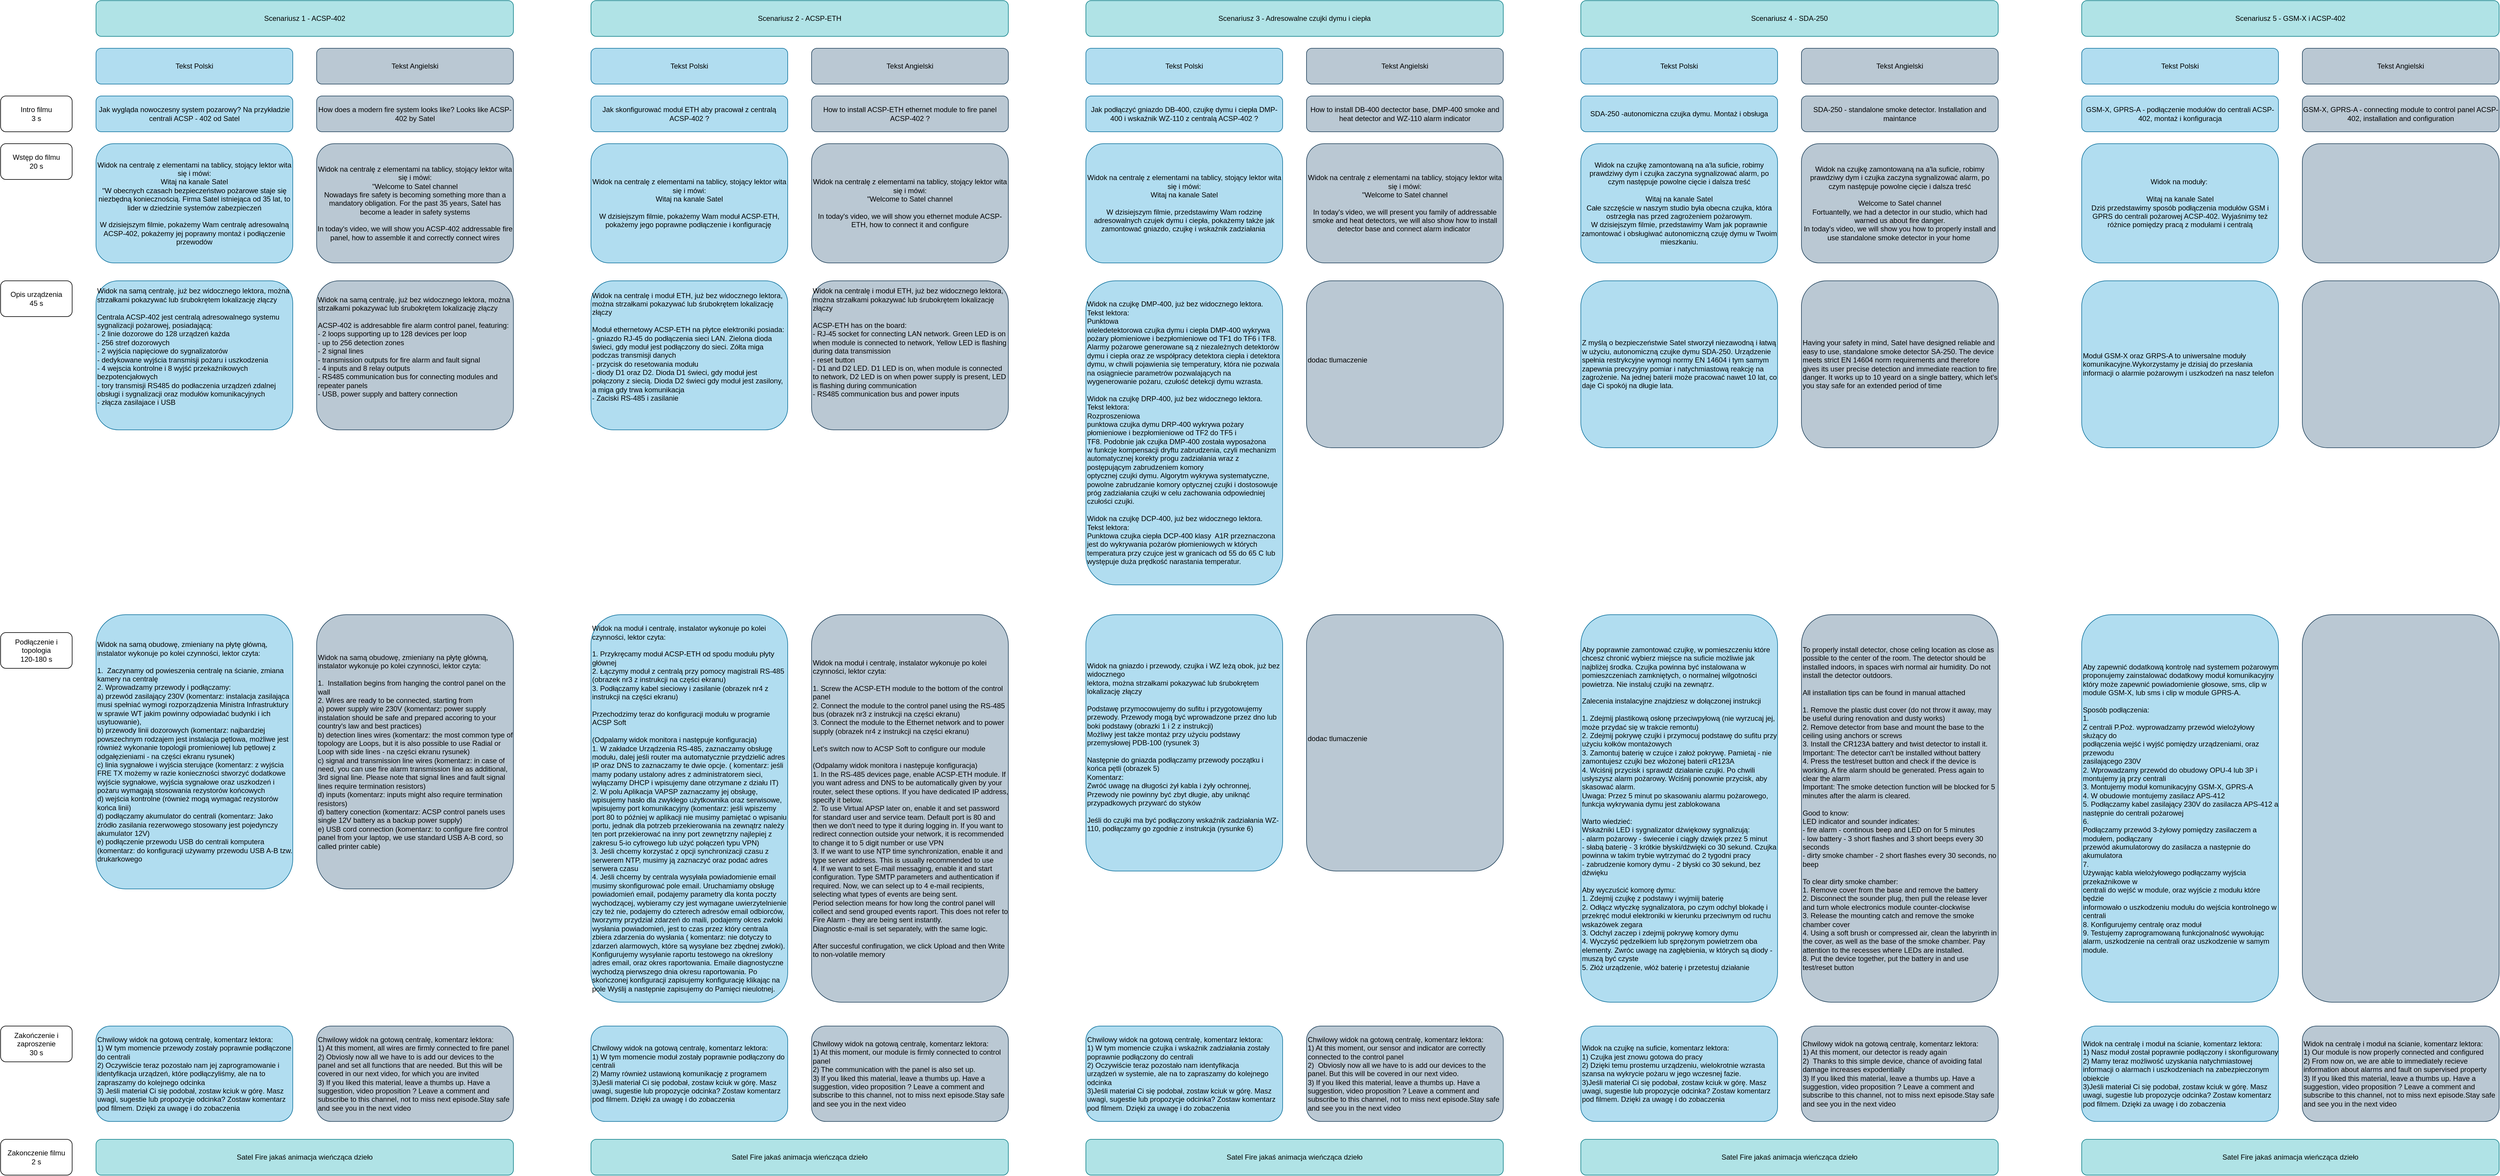
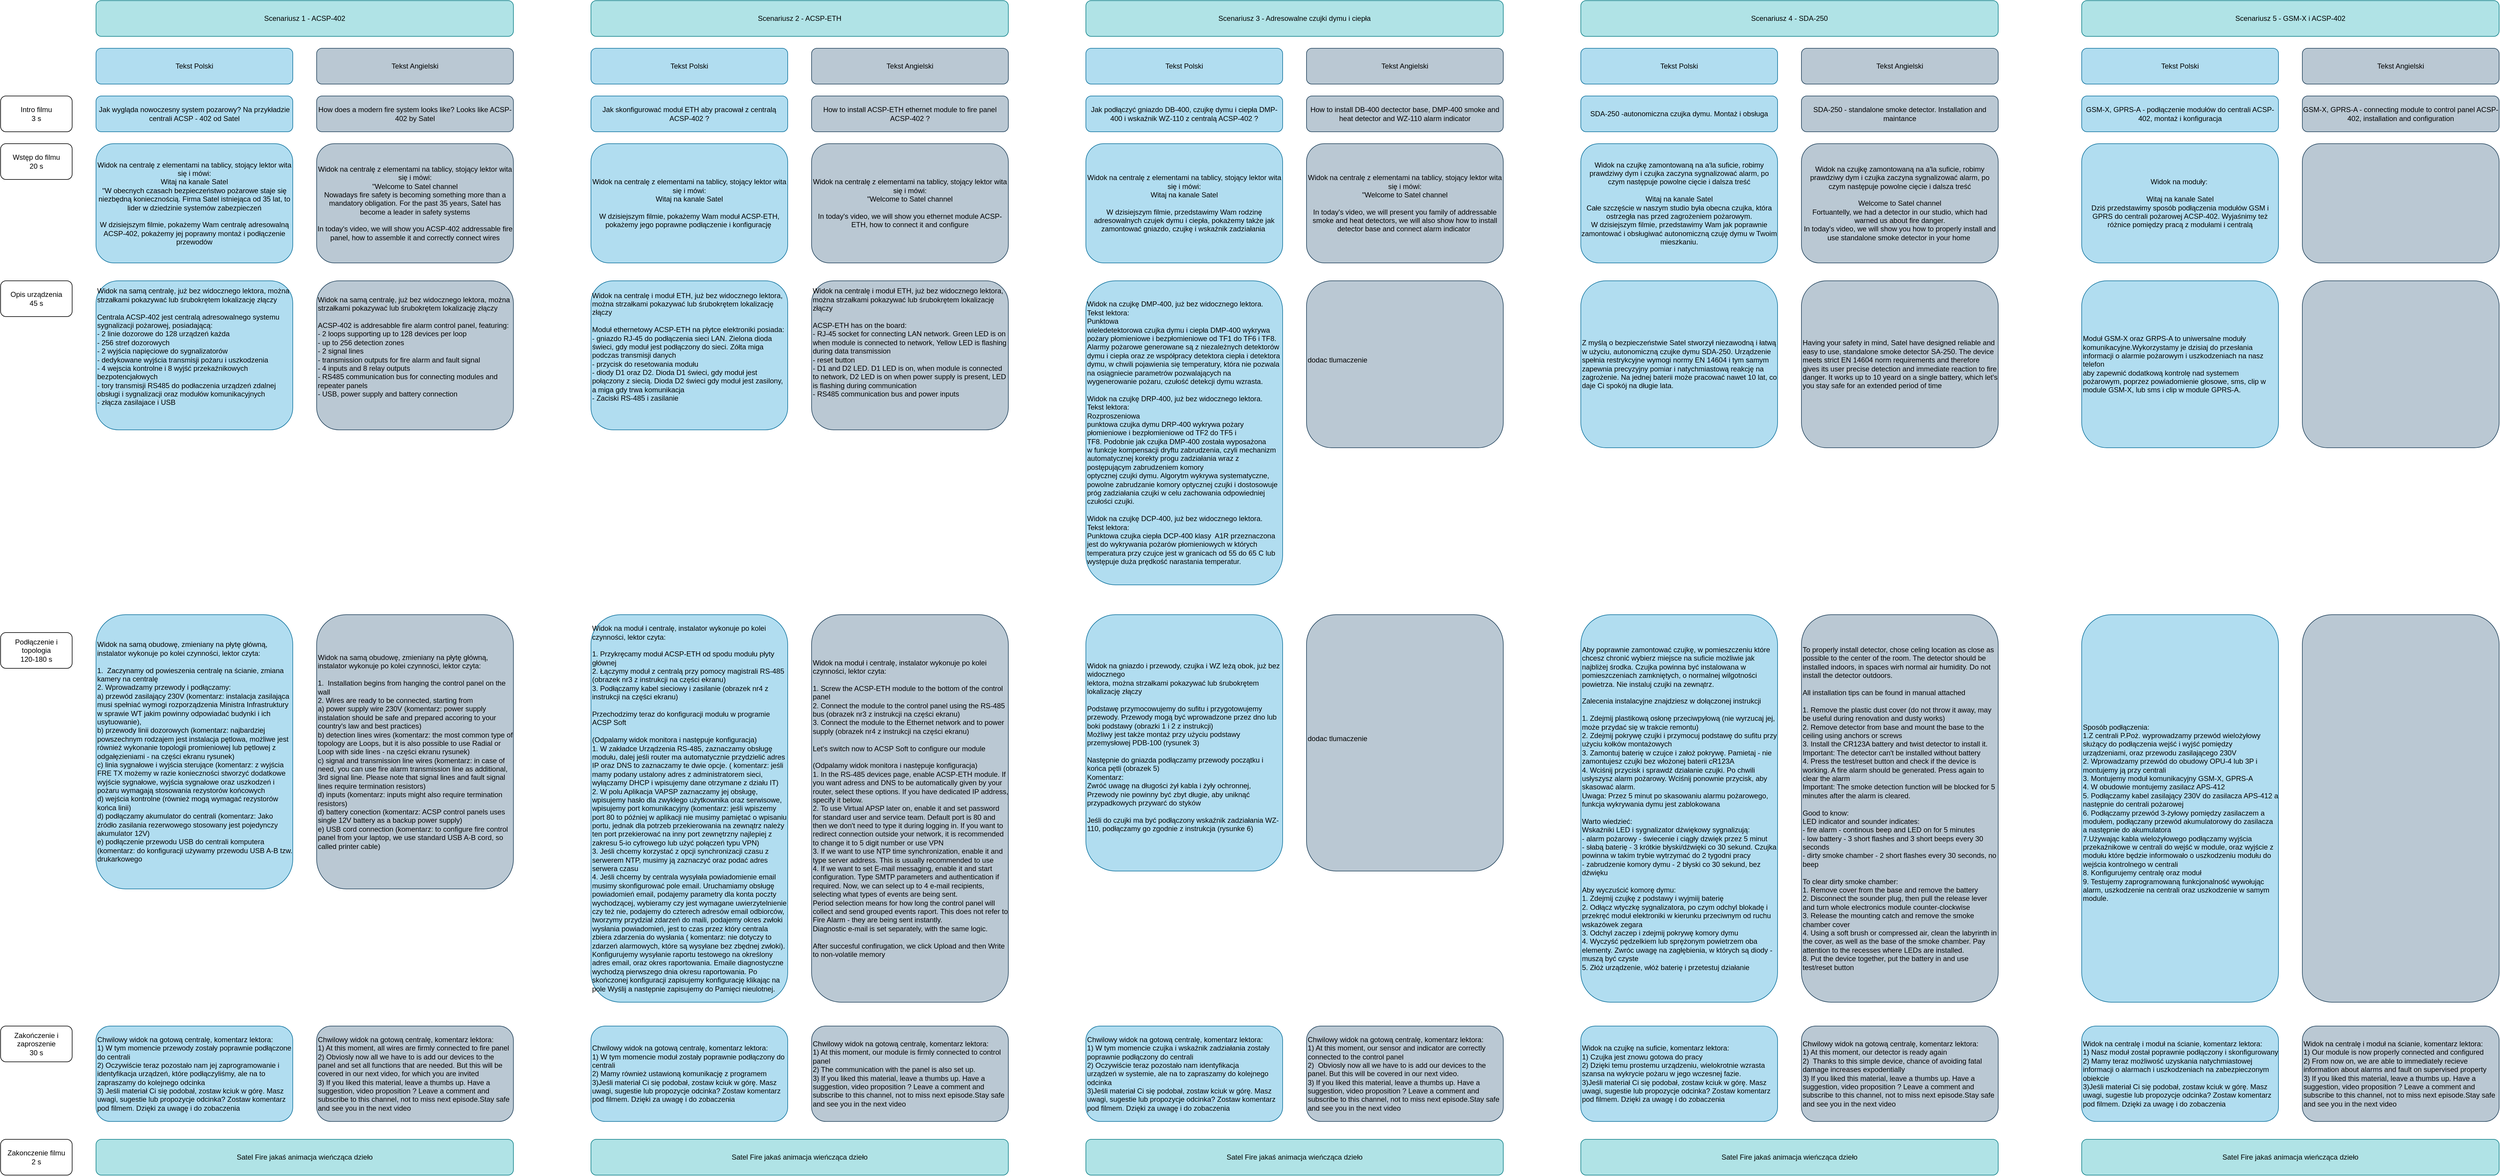
<mxfile host="app.diagrams.net">
  <diagram name="Strona-1" id="z8KAe0LmT8Zc7_pRFNcT">
    <mxGraphModel dx="1193" dy="2242" grid="1" gridSize="10" guides="1" tooltips="1" connect="1" arrows="1" fold="1" page="1" pageScale="1" pageWidth="827" pageHeight="1169" math="0" shadow="0">
      <root>
        <mxCell id="0" />
        <mxCell id="1" parent="0" />
        <mxCell id="0EHHFv7u1sgkDXgEne3z-1" parent="1" style="rounded=1;whiteSpace=wrap;html=1;align=left;fillColor=#b1ddf0;strokeColor=#10739e;" value="&lt;div align=&quot;left&quot;&gt;Widok na samą obudowę, zmieniany na płytę główną, instalator wykonuje po kolei czynności, lektor czyta:&lt;/div&gt;&lt;div align=&quot;left&quot;&gt;&lt;br&gt;&lt;/div&gt;&lt;div align=&quot;left&quot;&gt;1.&amp;nbsp; Zaczynamy od powieszenia centralę na ścianie, zmiana kamery na centralę&lt;/div&gt;&lt;div align=&quot;left&quot;&gt;2. Wprowadzamy przewody i podłączamy:&amp;nbsp;&lt;/div&gt;&lt;div align=&quot;left&quot;&gt;a) przewód zasilający 230V (komentarz: instalacja zasilająca musi spełniać wymogi rozporządzenia Ministra Infrastruktury w sprawie WT jakim powinny odpowiadać budynki i ich usytuowanie),&amp;nbsp;&lt;/div&gt;&lt;div align=&quot;left&quot;&gt;b) przewody linii dozorowych (komentarz: najbardziej powszechnym rodzajem jest instalacja pętlowa, możliwe jest również wykonanie topologii promieniowej lub pętlowej z odgałęzieniami - na części ekranu rysunek)&lt;/div&gt;&lt;div align=&quot;left&quot;&gt;c) linia sygnałowe i wyjścia sterujące (komentarz: z wyjścia FRE TX możemy w razie konieczności stworzyć dodatkowe wyjście sygnałowe, wyjścia sygnałowe oraz uszkodzeń i pożaru wymagają stosowania rezystorów końcowych&lt;/div&gt;&lt;div align=&quot;left&quot;&gt;d) wejścia kontrolne (również mogą wymagać rezystorów końca linii)&lt;/div&gt;&lt;div align=&quot;left&quot;&gt;d) podłączamy akumulator do centrali (komentarz:&amp;nbsp;Jako źródło zasilania rezerwowego stosowany jest pojedynczy akumulator 12V)&lt;/div&gt;&lt;div align=&quot;left&quot;&gt;e) podłączenie przewodu USB do centrali komputera (komentarz: do konfiguracji używamy przewodu USB A-B tzw. drukarkowego&lt;/div&gt;" vertex="1">
          <mxGeometry height="460" width="330" x="1080" y="910" as="geometry" />
        </mxCell>
        <mxCell id="0EHHFv7u1sgkDXgEne3z-2" parent="1" style="rounded=1;whiteSpace=wrap;html=1;fillColor=#b1ddf0;strokeColor=#10739e;" value="&lt;div&gt;Jak wygląda nowoczesny system pozarowy? Na przykładzie centrali ACSP - 402 od Satel&lt;/div&gt;" vertex="1">
          <mxGeometry height="60" width="330" x="1080" y="40" as="geometry" />
        </mxCell>
        <mxCell id="0EHHFv7u1sgkDXgEne3z-3" parent="1" style="rounded=1;whiteSpace=wrap;html=1;" value="&lt;div&gt;Wstęp do filmu&lt;/div&gt;&lt;div&gt;20 s&lt;/div&gt;" vertex="1">
          <mxGeometry height="60" width="120" x="920" y="120" as="geometry" />
        </mxCell>
        <mxCell id="0EHHFv7u1sgkDXgEne3z-4" parent="1" style="rounded=1;whiteSpace=wrap;html=1;fillColor=#b1ddf0;strokeColor=#10739e;" value="&lt;div&gt;Widok na centralę z elementami na tablicy, stojący lektor wita się i mówi:&lt;/div&gt;&lt;div&gt;Witaj na kanale Satel&lt;/div&gt;&lt;div&gt;&quot;W obecnych czasach bezpieczeństwo pożarowe staje się niezbędną koniecznością. Firma Satel istniejąca od 35 lat, to lider w dziedzinie systemów zabezpieczeń&lt;/div&gt;&lt;div&gt;&lt;br&gt;&lt;/div&gt;&lt;div&gt;W dzisiejszym filmie, pokażemy Wam centralę adresowalną ACSP-402, pokażemy jej poprawny montaż i podłączenie przewodów&lt;/div&gt;" vertex="1">
          <mxGeometry height="200" width="330" x="1080" y="120" as="geometry" />
        </mxCell>
        <mxCell id="0EHHFv7u1sgkDXgEne3z-5" parent="1" style="rounded=1;whiteSpace=wrap;html=1;" value="&lt;div&gt;Opis urządzenia&lt;/div&gt;&lt;div&gt;45 s&lt;/div&gt;" vertex="1">
          <mxGeometry height="60" width="120" x="920" y="350" as="geometry" />
        </mxCell>
        <mxCell id="0EHHFv7u1sgkDXgEne3z-6" parent="1" style="rounded=1;whiteSpace=wrap;html=1;align=left;fillColor=#b1ddf0;strokeColor=#10739e;" value="&lt;div align=&quot;left&quot;&gt;Widok na samą centralę, już bez widocznego lektora, można strzałkami pokazywać lub śrubokrętem lokalizację złączy&lt;/div&gt;&lt;div align=&quot;left&quot;&gt;&lt;br&gt;&lt;/div&gt;&lt;div align=&quot;left&quot;&gt;Centrala ACSP-402 jest centralą adresowalnego systemu sygnalizacji pożarowej, posiadającą:&lt;/div&gt;&lt;div align=&quot;left&quot;&gt;- 2 linie dozorowe do 128 urządzeń każda&lt;/div&gt;&lt;div align=&quot;left&quot;&gt;- 256 stref dozorowych&lt;/div&gt;&lt;div align=&quot;left&quot;&gt;- 2 wyjścia napięciowe do sygnalizatorów&lt;/div&gt;&lt;div align=&quot;left&quot;&gt;- dedykowane wyjścia transmisji pożaru i uszkodzenia&lt;/div&gt;&lt;div align=&quot;left&quot;&gt;- 4 wejscia kontrolne i 8 wyjść przekaźnikowych bezpotencjałowych&lt;/div&gt;&lt;div align=&quot;left&quot;&gt;- tory transmisji RS485 do podłaczenia urządzeń zdalnej obsługi i sygnalizacji oraz modułów komunikacyjnych&amp;nbsp;&lt;/div&gt;&lt;div align=&quot;left&quot;&gt;- złącza zasilajace i USB&lt;/div&gt;&lt;div align=&quot;left&quot;&gt;&lt;br&gt;&lt;/div&gt;&lt;div align=&quot;left&quot;&gt;&lt;br&gt;&lt;/div&gt;" vertex="1">
          <mxGeometry height="250" width="330" x="1080" y="350" as="geometry" />
        </mxCell>
        <mxCell id="0EHHFv7u1sgkDXgEne3z-7" parent="1" style="rounded=1;whiteSpace=wrap;html=1;" value="&lt;div&gt;Podłączenie i topologia&lt;/div&gt;&lt;div&gt;120-180 s&lt;/div&gt;" vertex="1">
          <mxGeometry height="60" width="120" x="920" y="940" as="geometry" />
        </mxCell>
        <mxCell id="0EHHFv7u1sgkDXgEne3z-8" parent="1" style="rounded=1;whiteSpace=wrap;html=1;" value="&lt;div&gt;Intro filmu&lt;/div&gt;&lt;div&gt;3 s&lt;/div&gt;" vertex="1">
          <mxGeometry height="60" width="120" x="920" y="40" as="geometry" />
        </mxCell>
        <mxCell id="0EHHFv7u1sgkDXgEne3z-9" parent="1" style="rounded=1;whiteSpace=wrap;html=1;fillColor=#b1ddf0;strokeColor=#10739e;" value="Tekst Polski" vertex="1">
          <mxGeometry height="60" width="330" x="1080" y="-40" as="geometry" />
        </mxCell>
        <mxCell id="0EHHFv7u1sgkDXgEne3z-10" parent="1" style="rounded=1;whiteSpace=wrap;html=1;fillColor=#bac8d3;strokeColor=#23445d;" value="Tekst Angielski" vertex="1">
          <mxGeometry height="60" width="330" x="1450" y="-40" as="geometry" />
        </mxCell>
        <mxCell id="0EHHFv7u1sgkDXgEne3z-11" parent="1" style="rounded=1;whiteSpace=wrap;html=1;fillColor=#b0e3e6;strokeColor=#0e8088;" value="Scenariusz 1 - ACSP-402" vertex="1">
          <mxGeometry height="60" width="700" x="1080" y="-120" as="geometry" />
        </mxCell>
        <mxCell id="0EHHFv7u1sgkDXgEne3z-12" parent="1" style="rounded=1;whiteSpace=wrap;html=1;" value="&lt;div&gt;Zakończenie i zaproszenie&lt;/div&gt;&lt;div&gt;30 s&lt;/div&gt;" vertex="1">
          <mxGeometry height="60" width="120" x="920" y="1600" as="geometry" />
        </mxCell>
        <mxCell id="0EHHFv7u1sgkDXgEne3z-13" parent="1" style="rounded=1;whiteSpace=wrap;html=1;align=left;fillColor=#b1ddf0;strokeColor=#10739e;" value="&lt;div&gt;Chwilowy widok na gotową centralę, komentarz lektora:&lt;/div&gt;&lt;div&gt;1) W tym momencie przewody zostały poprawnie podłączone do centrali&lt;/div&gt;&lt;div&gt;2) Oczywiście teraz pozostało nam jej zaprogramowanie i identyfikacja urządzeń, które podłączyliśmy, ale na to zapraszamy do kolejnego odcinka&lt;/div&gt;&lt;div&gt;3) Jeśli materiał Ci się podobał, zostaw kciuk w górę. Masz uwagi, sugestie lub propozycje odcinka? Zostaw komentarz pod filmem. Dzięki za uwagę i do zobaczenia&lt;/div&gt;" vertex="1">
          <mxGeometry height="160" width="330" x="1080" y="1600" as="geometry" />
        </mxCell>
        <mxCell id="0EHHFv7u1sgkDXgEne3z-14" parent="1" style="rounded=1;whiteSpace=wrap;html=1;fillColor=#b0e3e6;strokeColor=#0e8088;" value="Satel Fire jakaś animacja wieńcząca dzieło" vertex="1">
          <mxGeometry height="60" width="700" x="1080" y="1790" as="geometry" />
        </mxCell>
        <mxCell id="0EHHFv7u1sgkDXgEne3z-15" parent="1" style="rounded=1;whiteSpace=wrap;html=1;" value="&lt;div&gt;Zakonczenie filmu&lt;/div&gt;&lt;div&gt;2 s&lt;/div&gt;" vertex="1">
          <mxGeometry height="60" width="120" x="920" y="1790" as="geometry" />
        </mxCell>
        <mxCell id="0EHHFv7u1sgkDXgEne3z-16" parent="1" style="rounded=1;whiteSpace=wrap;html=1;align=left;fillColor=#bac8d3;strokeColor=#23445d;" value="&lt;div&gt;Chwilowy widok na gotową centralę, komentarz lektora:&lt;/div&gt;&lt;div&gt;1) At this moment, all wires are firmly connected to fire panel&lt;/div&gt;&lt;div&gt;2) Obviosly now all we have to is add our devices to the panel and set all functions that are needed. But this will be covered in our next video, for which you are invited&amp;nbsp;&lt;/div&gt;&lt;div&gt;3) If you liked this material, leave a thumbs up. Have a suggestion, video proposition ? Leave a comment and subscribe to this channel, not to miss next episode.Stay safe and see you in the next video&lt;/div&gt;" vertex="1">
          <mxGeometry height="160" width="330" x="1450" y="1600" as="geometry" />
        </mxCell>
        <mxCell id="0EHHFv7u1sgkDXgEne3z-17" parent="1" style="rounded=1;whiteSpace=wrap;html=1;fillColor=#bac8d3;strokeColor=#23445d;" value="How does a modern fire system looks like? Looks like ACSP-402 by Satel" vertex="1">
          <mxGeometry height="60" width="330" x="1450" y="40" as="geometry" />
        </mxCell>
        <mxCell id="0EHHFv7u1sgkDXgEne3z-18" parent="1" style="rounded=1;whiteSpace=wrap;html=1;fillColor=#bac8d3;strokeColor=#23445d;" value="&lt;div&gt;Widok na centralę z elementami na tablicy, stojący lektor wita się i mówi:&lt;/div&gt;&lt;div&gt;&quot;Welcome to Satel channel&lt;/div&gt;&lt;div&gt;Nowadays fire safety is becoming something more than a mandatory obligation. For the past 35 years, Satel has become a leader in safety systems&lt;/div&gt;&lt;div&gt;&lt;br&gt;&lt;/div&gt;&lt;div&gt;In today&#39;s video, we will show you ACSP-402 addressable fire panel, how to assemble it and correctly connect wires&lt;/div&gt;" vertex="1">
          <mxGeometry height="200" width="330" x="1450" y="120" as="geometry" />
        </mxCell>
        <mxCell id="0EHHFv7u1sgkDXgEne3z-19" parent="1" style="rounded=1;whiteSpace=wrap;html=1;align=left;fillColor=#bac8d3;strokeColor=#23445d;" value="&lt;div align=&quot;left&quot;&gt;Widok na samą centralę, już bez widocznego lektora, można strzałkami pokazywać lub śrubokrętem lokalizację złączy&lt;/div&gt;&lt;div align=&quot;left&quot;&gt;&lt;br&gt;&lt;/div&gt;&lt;div align=&quot;left&quot;&gt;ACSP-402&amp;nbsp;is addresabble fire alarm control panel, featuring:&lt;/div&gt;&lt;div align=&quot;left&quot;&gt;- 2 loops supporting up to 128 devices per loop&lt;/div&gt;&lt;div align=&quot;left&quot;&gt;- up to 256 detection zones&lt;/div&gt;&lt;div align=&quot;left&quot;&gt;- 2 signal lines&lt;/div&gt;&lt;div align=&quot;left&quot;&gt;- transmission outputs for fire alarm and fault signal&lt;/div&gt;&lt;div align=&quot;left&quot;&gt;- 4 inputs and 8 relay outputs&lt;/div&gt;&lt;div align=&quot;left&quot;&gt;- RS485 communication bus for connecting modules and repeater panels&amp;nbsp;&lt;/div&gt;&lt;div align=&quot;left&quot;&gt;- USB, power supply and battery connection&lt;/div&gt;&lt;div align=&quot;left&quot;&gt;&lt;br&gt;&lt;/div&gt;&lt;div align=&quot;left&quot;&gt;&lt;br&gt;&lt;/div&gt;" vertex="1">
          <mxGeometry height="250" width="330" x="1450" y="350" as="geometry" />
        </mxCell>
        <mxCell id="0EHHFv7u1sgkDXgEne3z-20" parent="1" style="rounded=1;whiteSpace=wrap;html=1;align=left;fillColor=#bac8d3;strokeColor=#23445d;" value="&lt;div align=&quot;left&quot;&gt;Widok na samą obudowę, zmieniany na płytę główną, instalator wykonuje po kolei czynności, lektor czyta:&lt;/div&gt;&lt;div align=&quot;left&quot;&gt;&lt;br&gt;&lt;/div&gt;&lt;div align=&quot;left&quot;&gt;1.&amp;nbsp; Installation begins from hanging the control panel on the wall&lt;/div&gt;&lt;div align=&quot;left&quot;&gt;2. Wires are ready to be connected, starting from&lt;/div&gt;&lt;div align=&quot;left&quot;&gt;a) power supply wire 230V (komentarz: power supply instalation should be safe and prepared accoring to your country&#39;s law and best practices)&lt;/div&gt;&lt;div align=&quot;left&quot;&gt;b) detection lines wires (komentarz: the most common type of topology are Loops, but it is also possible to use Radial or Loop with side lines - na części ekranu rysunek)&lt;/div&gt;&lt;div align=&quot;left&quot;&gt;c) signal and transmission line wires (komentarz: in case of need, you can use fire alarm transmission line as additional, 3rd signal line. Please note that signal lines and fault signal lines require termination resistors)&lt;/div&gt;&lt;div align=&quot;left&quot;&gt;d) inputs (komentarz: inputs might also require termination resistors)&lt;/div&gt;&lt;div align=&quot;left&quot;&gt;d) battery conection (komentarz: ACSP control panels uses single 12V battery as a backup power supply)&lt;/div&gt;&lt;div align=&quot;left&quot;&gt;e) USB cord connection (komentarz: to configure fire control panel from your laptop, we use standard USB A-B cord, so called printer cable)&lt;/div&gt;" vertex="1">
          <mxGeometry height="460" width="330" x="1450" y="910" as="geometry" />
        </mxCell>
        <mxCell id="6_1prXv-E_gUM5x_UOCS-1" parent="1" style="rounded=1;whiteSpace=wrap;html=1;align=left;fillColor=#b1ddf0;strokeColor=#10739e;" value="&lt;div align=&quot;left&quot;&gt;Widok na moduł i centralę, instalator wykonuje po kolei czynności, lektor czyta:&lt;/div&gt;&lt;div align=&quot;left&quot;&gt;&lt;br&gt;&lt;/div&gt;&lt;div align=&quot;left&quot;&gt;1. Przykręcamy moduł ACSP-ETH od spodu modułu płyty głównej&lt;/div&gt;&lt;div align=&quot;left&quot;&gt;2. Łączymy moduł z centralą przy pomocy magistrali RS-485 (obrazek nr3 z instrukcji na części ekranu)&lt;/div&gt;&lt;div align=&quot;left&quot;&gt;3. Podłączamy kabel sieciowy i zasilanie (obrazek nr4 z instrukcji na części ekranu)&amp;nbsp;&lt;/div&gt;&lt;div align=&quot;left&quot;&gt;&lt;br&gt;&lt;/div&gt;&lt;div align=&quot;left&quot;&gt;Przechodzimy teraz do konfiguracji modułu w programie ACSP Soft&lt;/div&gt;&lt;div align=&quot;left&quot;&gt;&lt;br&gt;&lt;/div&gt;&lt;div align=&quot;left&quot;&gt;(Odpalamy widok monitora i następuje konfiguracja)&lt;/div&gt;&lt;div align=&quot;left&quot;&gt;1. W zakładce Urządzenia RS-485, zaznaczamy obsługę modułu, dalej jeśli router ma automatycznie przydzielić adres IP oraz DNS to zaznaczamy te dwie opcje. ( komentarz: jeśli mamy podany ustalony adres z administratorem sieci, wyłączamy DHCP i wpisujemy dane otrzymane z działu IT)&lt;/div&gt;&lt;div align=&quot;left&quot;&gt;2. W polu Aplikacja VAPSP zaznaczamy jej obsługę, wpisujemy hasło dla zwykłego użytkownika oraz serwisowe, wpisujemy port komunikacyjny (komentarz: jeśli wpiszemy port 80 to później w aplikacji nie musimy pamiętać o wpisaniu portu, jednak dla potrzeb przekierowania na zewnątrz należy ten port przekierować na inny port zewnętrzny najlepiej z zakresu 5-io cyfrowego lub użyć połączeń typu VPN)&lt;/div&gt;&lt;div align=&quot;left&quot;&gt;3. Jeśli chcemy korzystać z opcji synchronizacji czasu z serwerem NTP, musimy ją zaznaczyć oraz podać adres serwera czasu&lt;/div&gt;&lt;div align=&quot;left&quot;&gt;4. Jeśli chcemy by centrala wysyłała powiadomienie email musimy skonfigurować pole email. Uruchamiamy obsługę powiadomień email, podajemy parametry dla konta poczty wychodzącej, wybieramy czy jest wymagane uwierzytelnienie czy też nie, podajemy do czterech adresów email odbiorców, tworzymy przydział zdarzeń do maili, podajemy okres zwłoki wysłania powiadomień, jest to czas przez który centrala zbiera zdarzenia do wysłania ( komentarz: nie dotyczy to zdarzeń alarmowych, które są wysyłane bez zbędnej zwłoki). Konfigurujemy wysyłanie raportu testowego na określony adres email, oraz okres raportowania. Emaile diagnostyczne wychodzą pierwszego dnia okresu raportowania. Po skończonej konfiguracji zapisujemy konfigurację klikając na pole Wyślij a następnie zapisujemy do Pamięci nieulotnej.&lt;/div&gt;" vertex="1">
          <mxGeometry height="650" width="330" x="1910" y="910" as="geometry" />
        </mxCell>
        <mxCell id="6_1prXv-E_gUM5x_UOCS-2" parent="1" style="rounded=1;whiteSpace=wrap;html=1;fillColor=#b1ddf0;strokeColor=#10739e;" value="Jak skonfigurować moduł ETH aby pracował z centralą ACSP-402 ?" vertex="1">
          <mxGeometry height="60" width="330" x="1910" y="40" as="geometry" />
        </mxCell>
        <mxCell id="6_1prXv-E_gUM5x_UOCS-3" parent="1" style="rounded=1;whiteSpace=wrap;html=1;fillColor=#b1ddf0;strokeColor=#10739e;" value="&lt;div&gt;Widok na centralę z elementami na tablicy, stojący lektor wita się i mówi:&lt;/div&gt;&lt;div&gt;Witaj na kanale Satel&lt;/div&gt;&lt;div&gt;&lt;br&gt;&lt;/div&gt;&lt;div&gt;W dzisiejszym filmie, pokażemy Wam moduł ACSP-ETH, pokażemy jego poprawne podłączenie i konfigurację&amp;nbsp;&lt;/div&gt;" vertex="1">
          <mxGeometry height="200" width="330" x="1910" y="120" as="geometry" />
        </mxCell>
        <mxCell id="6_1prXv-E_gUM5x_UOCS-4" parent="1" style="rounded=1;whiteSpace=wrap;html=1;align=left;fillColor=#b1ddf0;strokeColor=#10739e;" value="&lt;div align=&quot;left&quot;&gt;Widok na centralę i moduł ETH, już bez widocznego lektora, można strzałkami pokazywać lub śrubokrętem lokalizację złączy&lt;/div&gt;&lt;div align=&quot;left&quot;&gt;&lt;br&gt;&lt;/div&gt;&lt;div align=&quot;left&quot;&gt;Moduł ethernetowy ACSP-ETH na płytce elektroniki posiada:&lt;/div&gt;&lt;div align=&quot;left&quot;&gt;- gniazdo RJ-45 do podłączenia sieci LAN. Zielona dioda świeci, gdy moduł jest podłączony do sieci. Zółta miga podczas transmisji danych&lt;/div&gt;&lt;div align=&quot;left&quot;&gt;- przycisk do resetowania modułu&lt;/div&gt;&lt;div align=&quot;left&quot;&gt;- diody D1 oraz D2. Dioda D1 świeci, gdy moduł jest połączony z siecią. Dioda D2 świeci gdy moduł jest zasilony, a miga gdy trwa komunikacja&lt;/div&gt;&lt;div align=&quot;left&quot;&gt;- Zaciski RS-485 i zasilanie&lt;/div&gt;&lt;div align=&quot;left&quot;&gt;&lt;br&gt;&lt;/div&gt;&lt;div align=&quot;left&quot;&gt;&lt;br&gt;&lt;/div&gt;" vertex="1">
          <mxGeometry height="250" width="330" x="1910" y="350" as="geometry" />
        </mxCell>
        <mxCell id="6_1prXv-E_gUM5x_UOCS-5" parent="1" style="rounded=1;whiteSpace=wrap;html=1;fillColor=#b1ddf0;strokeColor=#10739e;" value="Tekst Polski" vertex="1">
          <mxGeometry height="60" width="330" x="1910" y="-40" as="geometry" />
        </mxCell>
        <mxCell id="6_1prXv-E_gUM5x_UOCS-6" parent="1" style="rounded=1;whiteSpace=wrap;html=1;fillColor=#bac8d3;strokeColor=#23445d;" value="Tekst Angielski" vertex="1">
          <mxGeometry height="60" width="330" x="2280" y="-40" as="geometry" />
        </mxCell>
        <mxCell id="6_1prXv-E_gUM5x_UOCS-7" parent="1" style="rounded=1;whiteSpace=wrap;html=1;fillColor=#b0e3e6;strokeColor=#0e8088;" value="Scenariusz 2 - ACSP-ETH" vertex="1">
          <mxGeometry height="60" width="700" x="1910" y="-120" as="geometry" />
        </mxCell>
        <mxCell id="6_1prXv-E_gUM5x_UOCS-8" parent="1" style="rounded=1;whiteSpace=wrap;html=1;align=left;fillColor=#b1ddf0;strokeColor=#10739e;" value="&lt;div&gt;Chwilowy widok na gotową centralę, komentarz lektora:&lt;/div&gt;&lt;div&gt;1) W tym momencie moduł zostały poprawnie podłączony do centrali&lt;/div&gt;&lt;div&gt;2) Mamy również ustawioną komunikację z programem&lt;/div&gt;&lt;div&gt;3)Jeśli materiał Ci się podobał, zostaw kciuk w górę. Masz uwagi, sugestie lub propozycje odcinka? Zostaw komentarz pod filmem. Dzięki za uwagę i do zobaczenia&lt;/div&gt;" vertex="1">
          <mxGeometry height="160" width="330" x="1910" y="1600" as="geometry" />
        </mxCell>
        <mxCell id="6_1prXv-E_gUM5x_UOCS-9" parent="1" style="rounded=1;whiteSpace=wrap;html=1;fillColor=#b0e3e6;strokeColor=#0e8088;" value="Satel Fire jakaś animacja wieńcząca dzieło" vertex="1">
          <mxGeometry height="60" width="700" x="1910" y="1790" as="geometry" />
        </mxCell>
        <mxCell id="6_1prXv-E_gUM5x_UOCS-10" parent="1" style="rounded=1;whiteSpace=wrap;html=1;align=left;fillColor=#bac8d3;strokeColor=#23445d;" value="&lt;div&gt;Chwilowy widok na gotową centralę, komentarz lektora:&lt;/div&gt;&lt;div&gt;1) At this moment, our module is firmly connected to control panel&lt;/div&gt;&lt;div&gt;2) The communication with the panel is also set up.&lt;/div&gt;&lt;div&gt;3) If you liked this material, leave a thumbs up. Have a suggestion, video proposition ? Leave a comment and subscribe to this channel, not to miss next episode.Stay safe and see you in the next video&lt;/div&gt;" vertex="1">
          <mxGeometry height="160" width="330" x="2280" y="1600" as="geometry" />
        </mxCell>
        <mxCell id="6_1prXv-E_gUM5x_UOCS-11" parent="1" style="rounded=1;whiteSpace=wrap;html=1;fillColor=#bac8d3;strokeColor=#23445d;" value="How to install ACSP-ETH ethernet module to fire panel ACSP-402 ?" vertex="1">
          <mxGeometry height="60" width="330" x="2280" y="40" as="geometry" />
        </mxCell>
        <mxCell id="6_1prXv-E_gUM5x_UOCS-12" parent="1" style="rounded=1;whiteSpace=wrap;html=1;fillColor=#bac8d3;strokeColor=#23445d;" value="&lt;div&gt;Widok na centralę z elementami na tablicy, stojący lektor wita się i mówi:&lt;/div&gt;&lt;div&gt;&quot;Welcome to Satel channel&lt;/div&gt;&lt;div&gt;&lt;br&gt;&lt;/div&gt;&lt;div&gt;In today&#39;s video, we will show you ethernet module ACSP-ETH, how to connect it and configure&lt;/div&gt;" vertex="1">
          <mxGeometry height="200" width="330" x="2280" y="120" as="geometry" />
        </mxCell>
        <mxCell id="6_1prXv-E_gUM5x_UOCS-13" parent="1" style="rounded=1;whiteSpace=wrap;html=1;align=left;fillColor=#bac8d3;strokeColor=#23445d;" value="&lt;div align=&quot;left&quot;&gt;Widok na centralę i moduł ETH, już bez widocznego lektora, można strzałkami pokazywać lub śrubokrętem lokalizację złączy&lt;/div&gt;&lt;div align=&quot;left&quot;&gt;&lt;br&gt;&lt;/div&gt;&lt;div align=&quot;left&quot;&gt;ACSP-ETH has on the board:&lt;/div&gt;&lt;div align=&quot;left&quot;&gt;- RJ-45 socket for connecting LAN network. Green LED is on when module is connected to network, Yellow LED is flashing during data transmission&lt;/div&gt;&lt;div align=&quot;left&quot;&gt;- reset button&lt;/div&gt;&lt;div align=&quot;left&quot;&gt;- D1 and D2 LED. D1 LED is on, when module is connected to network, D2 LED is on when power supply is present, LED is flashing during communication&lt;/div&gt;&lt;div align=&quot;left&quot;&gt;-&amp;nbsp;RS485 communication bus and power inputs&lt;/div&gt;&lt;div align=&quot;left&quot;&gt;&lt;br&gt;&lt;/div&gt;&lt;div align=&quot;left&quot;&gt;&lt;br&gt;&lt;br&gt;&lt;/div&gt;" vertex="1">
          <mxGeometry height="250" width="330" x="2280" y="350" as="geometry" />
        </mxCell>
        <mxCell id="6_1prXv-E_gUM5x_UOCS-14" parent="1" style="rounded=1;whiteSpace=wrap;html=1;align=left;fillColor=#bac8d3;strokeColor=#23445d;" value="&lt;br&gt;&lt;div align=&quot;left&quot;&gt;Widok na moduł i centralę, instalator wykonuje po kolei czynności, lektor czyta:&lt;/div&gt;&lt;div align=&quot;left&quot;&gt;&lt;br&gt;&lt;/div&gt;&lt;div align=&quot;left&quot;&gt;1. Screw the ACSP-ETH module to the bottom of the control panel&lt;/div&gt;&lt;div align=&quot;left&quot;&gt;2. Connect the module to the control panel using the RS-485 bus (obrazek nr3 z instrukcji na części ekranu)&lt;div align=&quot;left&quot;&gt;3. Connect the module to the Ethernet network and to power supply (obrazek nr4 z instrukcji na części ekranu)&amp;nbsp;&lt;/div&gt;&lt;/div&gt;&lt;div align=&quot;left&quot;&gt;&lt;br&gt;&lt;/div&gt;&lt;div align=&quot;left&quot;&gt;Let&#39;s switch now to ACSP Soft to configure our module&lt;/div&gt;&lt;div align=&quot;left&quot;&gt;&lt;br&gt;&lt;/div&gt;&lt;div align=&quot;left&quot;&gt;(Odpalamy widok monitora i następuje konfiguracja)&lt;/div&gt;&lt;div align=&quot;left&quot;&gt;1. In the RS-485 devices page, enable ACSP-ETH module. If you want adress and DNS to be automatically given by your router, select these options. If you have dedicated IP address, specify it below.&lt;/div&gt;&lt;div align=&quot;left&quot;&gt;2. To use Virtual APSP later on, enable it and set password for standard user and service team. Default port is 80 and then we don&#39;t need to type it during logging in. If you want to redirect connection outside your network, it is recommended to change it to 5 digit number or use VPN&lt;/div&gt;&lt;div align=&quot;left&quot;&gt;3. If we want to use NTP time synchronization, enable it and type server address. This is usually recommended to use&lt;/div&gt;&lt;div align=&quot;left&quot;&gt;4. If we want to set E-mail messaging, enable it and start configuration. Type SMTP parameters and authentication if required. Now, we can select up to 4 e-mail recipients, selecting what types of events are being sent.&lt;/div&gt;&lt;div align=&quot;left&quot;&gt;Period selection means for how long the control panel will collect and send grouped events raport. This does not refer to Fire Alarm - they are being sent instantly.&lt;/div&gt;&lt;div align=&quot;left&quot;&gt;Diagnostic e-mail is set separately, with the same logic.&lt;/div&gt;&lt;div align=&quot;left&quot;&gt;&lt;br&gt;&lt;/div&gt;&lt;div align=&quot;left&quot;&gt;After succesful confirugation, we click Upload and then Write to non-volatile memory&lt;/div&gt;&lt;div&gt;&lt;br&gt;&lt;/div&gt;" vertex="1">
          <mxGeometry height="650" width="330" x="2280" y="910" as="geometry" />
        </mxCell>
        <mxCell id="0qluF64Sdjj_I7BYTujH-1" parent="1" style="rounded=1;whiteSpace=wrap;html=1;align=left;fillColor=#b1ddf0;strokeColor=#10739e;" value="&lt;br&gt;&lt;div align=&quot;left&quot;&gt;&lt;div&gt;&lt;span style=&quot;background-color: transparent; color: light-dark(rgb(0, 0, 0), rgb(255, 255, 255));&quot;&gt;&lt;br&gt;&lt;/span&gt;&lt;/div&gt;&lt;/div&gt;&lt;div align=&quot;left&quot;&gt;Widok na gniazdo i przewody, czujka i WZ leżą obok, już bez widocznego &lt;br&gt;lektora, można strzałkami pokazywać lub śrubokrętem lokalizację złączy&lt;/div&gt;&lt;div align=&quot;left&quot;&gt;&lt;br&gt;&lt;/div&gt;&lt;div align=&quot;left&quot;&gt;Podstawę przymocowujemy do sufitu i przygotowujemy przewody. Przewody mogą być wprowadzone przez dno lub boki podstawy&amp;nbsp;(obrazki 1 i 2 z instrukcji) &lt;br&gt;Możliwy jest&amp;nbsp;także montaż przy użyciu podstawy przemysłowej PDB-100 (rysunek 3)&lt;/div&gt;&lt;div align=&quot;left&quot;&gt;&lt;br&gt;&lt;/div&gt;&lt;div align=&quot;left&quot;&gt;Następnie do gniazda podłączamy przewody początku i końca pętli (obrazek 5)&amp;nbsp;&amp;nbsp;&lt;/div&gt;&lt;div align=&quot;left&quot;&gt;Komentarz:&lt;/div&gt;&lt;div align=&quot;left&quot;&gt;Zwróć uwagę na długości żył kabla i żyły ochronnej, Przewody nie powinny być zbyt długie, aby uniknąć przypadkowych przywarć do styków&amp;nbsp;&lt;/div&gt;&lt;div align=&quot;left&quot;&gt;&lt;br&gt;&lt;/div&gt;&lt;div align=&quot;left&quot;&gt;Jeśli do czujki ma być podłączony wskaźnik zadziałania WZ-110, podłączamy go zgodnie z instrukcja (rysunke 6)&lt;/div&gt;&lt;div&gt;&lt;br&gt;&lt;/div&gt;" vertex="1">
          <mxGeometry height="430" width="330" x="2740" y="910" as="geometry" />
        </mxCell>
        <mxCell id="0qluF64Sdjj_I7BYTujH-2" parent="1" style="rounded=1;whiteSpace=wrap;html=1;fillColor=#b1ddf0;strokeColor=#10739e;" value="Jak podłączyć gniazdo DB-400, czujkę dymu i ciepła DMP-400 i wskaźnik WZ-110 z centralą ACSP-402 ?" vertex="1">
          <mxGeometry height="60" width="330" x="2740" y="40" as="geometry" />
        </mxCell>
        <mxCell id="0qluF64Sdjj_I7BYTujH-3" parent="1" style="rounded=1;whiteSpace=wrap;html=1;fillColor=#b1ddf0;strokeColor=#10739e;" value="&lt;div&gt;Widok na centralę z elementami na tablicy, stojący lektor wita się i mówi:&lt;/div&gt;&lt;div&gt;Witaj na kanale Satel&lt;/div&gt;&lt;div&gt;&lt;br&gt;&lt;/div&gt;&lt;div&gt;W dzisiejszym filmie, przedstawimy Wam rodzinę adresowalnych czujek dymu i ciepła, pokażemy także jak zamontować gniazdo, czujkę i wskaźnik zadziałania&amp;nbsp;&lt;/div&gt;" vertex="1">
          <mxGeometry height="200" width="330" x="2740" y="120" as="geometry" />
        </mxCell>
        <mxCell id="0qluF64Sdjj_I7BYTujH-4" parent="1" style="rounded=1;whiteSpace=wrap;html=1;align=left;fillColor=#b1ddf0;strokeColor=#10739e;" value="&lt;br&gt;&lt;div align=&quot;left&quot;&gt;&lt;span style=&quot;background-color: transparent; color: light-dark(rgb(0, 0, 0), rgb(255, 255, 255));&quot;&gt;Widok na czujkę DMP-400,&amp;nbsp;&lt;/span&gt;&lt;span style=&quot;background-color: transparent; color: light-dark(rgb(0, 0, 0), rgb(255, 255, 255));&quot;&gt;już bez widocznego lektora.&lt;/span&gt;&lt;/div&gt;&lt;div align=&quot;left&quot;&gt;&lt;span style=&quot;background-color: transparent; color: light-dark(rgb(0, 0, 0), rgb(255, 255, 255));&quot;&gt;Tekst lektora:&lt;/span&gt;&lt;/div&gt;&lt;div align=&quot;left&quot;&gt;&lt;span style=&quot;background-color: transparent; color: light-dark(rgb(0, 0, 0), rgb(255, 255, 255));&quot;&gt;Punktowa&lt;br&gt; wieledetektorowa czujka dymu i ciepła DMP-400 wykrywa pożary płomieniowe i bezpłomieniowe od TF1 do TF6 i TF8. Alarmy pożarowe generowane są z niezależnych detektorów dymu i ciepła oraz ze współpracy detektora ciepła i detektora dymu, w chwili pojawienia się temperatury, która nie pozwala na osiągniecie parametrów pozwalających na wygenerowanie pożaru, czułość detekcji dymu wzrasta.&amp;nbsp;&amp;nbsp;&lt;/span&gt;&lt;/div&gt;&lt;div align=&quot;left&quot;&gt;&lt;span style=&quot;background-color: transparent; color: light-dark(rgb(0, 0, 0), rgb(255, 255, 255));&quot;&gt;&lt;br&gt;&lt;/span&gt;&lt;/div&gt;&lt;div align=&quot;left&quot;&gt;&lt;div align=&quot;left&quot;&gt;&lt;span style=&quot;background-color: transparent; color: light-dark(rgb(0, 0, 0), rgb(255, 255, 255));&quot;&gt;Widok na czujkę DRP-400, &lt;/span&gt;&lt;span style=&quot;background-color: transparent; color: light-dark(rgb(0, 0, 0), rgb(255, 255, 255));&quot;&gt;już bez widocznego lektora.&lt;/span&gt;&lt;/div&gt;&lt;div align=&quot;left&quot;&gt;&lt;span style=&quot;background-color: transparent; color: light-dark(rgb(0, 0, 0), rgb(255, 255, 255));&quot;&gt;Tekst lektora:&lt;/span&gt;&lt;/div&gt;&lt;div align=&quot;left&quot;&gt;&lt;span style=&quot;background-color: transparent; color: light-dark(rgb(0, 0, 0), rgb(255, 255, 255));&quot;&gt;Rozproszeniowa&lt;br&gt; punktowa czujka dymu DRP-400 wykrywa pożary płomieniowe i bezpłomieniowe od TF2 do TF5 i TF8.&amp;nbsp;Podobnie jak czujka DMP-400 została&amp;nbsp;&lt;/span&gt;&lt;span style=&quot;background-color: transparent; color: light-dark(rgb(0, 0, 0), rgb(255, 255, 255));&quot;&gt;wyposażona&lt;br&gt; w funkcje kompensacji dryftu zabrudzenia, czyli mechanizm automatycznej korekty progu zadziałania wraz z postępującym zabrudzeniem komory &lt;br&gt;optycznej czujki dymu. Algorytm wykrywa systematyczne, powolne zabrudzanie komory optycznej czujki i dostosowuje próg zadziałania czujki w celu zachowania odpowiedniej czułości czujki.&amp;nbsp;&lt;/span&gt;&lt;/div&gt;&lt;/div&gt;&lt;div align=&quot;left&quot;&gt;&lt;br&gt;&lt;/div&gt;&lt;div align=&quot;left&quot;&gt;&lt;div align=&quot;left&quot;&gt;&lt;span style=&quot;background-color: transparent; color: light-dark(rgb(0, 0, 0), rgb(255, 255, 255));&quot;&gt;Widok na czujkę DCP-400, &lt;/span&gt;&lt;span style=&quot;background-color: transparent; color: light-dark(rgb(0, 0, 0), rgb(255, 255, 255));&quot;&gt;już bez widocznego lektora.&lt;/span&gt;&lt;/div&gt;&lt;div align=&quot;left&quot;&gt;&lt;span style=&quot;background-color: transparent; color: light-dark(rgb(0, 0, 0), rgb(255, 255, 255));&quot;&gt;Tekst lektora:&lt;/span&gt;&lt;/div&gt;&lt;div&gt;&lt;span style=&quot;background-color: transparent; color: light-dark(rgb(0, 0, 0), rgb(255, 255, 255));&quot;&gt;Punktowa czujka ciepła DCP-400 klasy&amp;nbsp; A1R&amp;nbsp;&lt;/span&gt;&lt;span style=&quot;background-color: transparent; color: light-dark(rgb(0, 0, 0), rgb(255, 255, 255));&quot;&gt;przeznaczona&amp;nbsp;&lt;br&gt; jest do wykrywania pożarów płomieniowych w których temperatura przy czujce jest w granicach od 55 do 65 C lub występuje duża prędkość narastania temperatur.&lt;/span&gt;&lt;/div&gt;&lt;/div&gt;&lt;div align=&quot;left&quot;&gt;&lt;br&gt;&lt;/div&gt;" vertex="1">
          <mxGeometry height="510" width="330" x="2740" y="350" as="geometry" />
        </mxCell>
        <mxCell id="0qluF64Sdjj_I7BYTujH-5" parent="1" style="rounded=1;whiteSpace=wrap;html=1;fillColor=#b1ddf0;strokeColor=#10739e;" value="Tekst Polski" vertex="1">
          <mxGeometry height="60" width="330" x="2740" y="-40" as="geometry" />
        </mxCell>
        <mxCell id="0qluF64Sdjj_I7BYTujH-6" parent="1" style="rounded=1;whiteSpace=wrap;html=1;fillColor=#bac8d3;strokeColor=#23445d;" value="Tekst Angielski" vertex="1">
          <mxGeometry height="60" width="330" x="3110" y="-40" as="geometry" />
        </mxCell>
        <mxCell id="0qluF64Sdjj_I7BYTujH-7" parent="1" style="rounded=1;whiteSpace=wrap;html=1;fillColor=#b0e3e6;strokeColor=#0e8088;" value="Scenariusz 3 - Adresowalne czujki dymu i ciepła" vertex="1">
          <mxGeometry height="60" width="700" x="2740" y="-120" as="geometry" />
        </mxCell>
        <mxCell id="0qluF64Sdjj_I7BYTujH-8" parent="1" style="rounded=1;whiteSpace=wrap;html=1;align=left;fillColor=#b1ddf0;strokeColor=#10739e;" value="&lt;div&gt;Chwilowy widok na gotową centralę, komentarz lektora:&lt;/div&gt;&lt;div&gt;1) W tym momencie czujka i wskaźnik zadziałania zostały poprawnie podłączony do centrali&lt;/div&gt;&lt;div&gt;2)&amp;nbsp;Oczywiście teraz pozostało nam identyfikacja &lt;br/&gt;urządzeń w systemie, ale na to zapraszamy do kolejnego odcinka&lt;/div&gt;&lt;div&gt;3)Jeśli materiał Ci się podobał, zostaw kciuk w górę. Masz uwagi, sugestie lub propozycje odcinka? Zostaw komentarz pod filmem. Dzięki za uwagę i do zobaczenia&lt;/div&gt;" vertex="1">
          <mxGeometry height="160" width="330" x="2740" y="1600" as="geometry" />
        </mxCell>
        <mxCell id="0qluF64Sdjj_I7BYTujH-9" parent="1" style="rounded=1;whiteSpace=wrap;html=1;fillColor=#b0e3e6;strokeColor=#0e8088;" value="Satel Fire jakaś animacja wieńcząca dzieło" vertex="1">
          <mxGeometry height="60" width="700" x="2740" y="1790" as="geometry" />
        </mxCell>
        <mxCell id="0qluF64Sdjj_I7BYTujH-10" parent="1" style="rounded=1;whiteSpace=wrap;html=1;align=left;fillColor=#bac8d3;strokeColor=#23445d;" value="&lt;div&gt;Chwilowy widok na gotową centralę, komentarz lektora:&lt;/div&gt;&lt;div&gt;1) At this moment, our sensor and indicator are correctly connected to the control panel&lt;/div&gt;&lt;div&gt;2)&amp;nbsp; Obviosly now all we have to is add our devices to the panel. But this will be covered in our next video.&lt;/div&gt;&lt;div&gt;3) If you liked this material, leave a thumbs up. Have a suggestion, video proposition ? Leave a comment and subscribe to this channel, not to miss next episode.Stay safe and see you in the next video&lt;/div&gt;" vertex="1">
          <mxGeometry height="160" width="330" x="3110" y="1600" as="geometry" />
        </mxCell>
        <mxCell id="0qluF64Sdjj_I7BYTujH-11" parent="1" style="rounded=1;whiteSpace=wrap;html=1;fillColor=#bac8d3;strokeColor=#23445d;" value="How to install DB-400 dectector base, DMP-400 smoke and heat detector and WZ-110 alarm indicator" vertex="1">
          <mxGeometry height="60" width="330" x="3110" y="40" as="geometry" />
        </mxCell>
        <mxCell id="0qluF64Sdjj_I7BYTujH-12" parent="1" style="rounded=1;whiteSpace=wrap;html=1;fillColor=#bac8d3;strokeColor=#23445d;" value="&lt;div&gt;Widok na centralę z elementami na tablicy, stojący lektor wita się i mówi:&lt;/div&gt;&lt;div&gt;&quot;Welcome to Satel channel&lt;/div&gt;&lt;div&gt;&lt;br&gt;&lt;/div&gt;&lt;div&gt;In today&#39;s video, we will present you family of addressable smoke and heat detectors, we will also show how to install detector base and connect alarm indicator&amp;nbsp;&lt;/div&gt;" vertex="1">
          <mxGeometry height="200" width="330" x="3110" y="120" as="geometry" />
        </mxCell>
        <mxCell id="0qluF64Sdjj_I7BYTujH-13" parent="1" style="rounded=1;whiteSpace=wrap;html=1;align=left;fillColor=#bac8d3;strokeColor=#23445d;" value="&lt;div&gt;dodac tlumaczenie&lt;/div&gt;&lt;div&gt;&lt;br&gt;&lt;/div&gt;" vertex="1">
          <mxGeometry height="280" width="330" x="3110" y="350" as="geometry" />
        </mxCell>
        <mxCell id="0qluF64Sdjj_I7BYTujH-14" parent="1" style="rounded=1;whiteSpace=wrap;html=1;align=left;fillColor=#bac8d3;strokeColor=#23445d;" value="&lt;div&gt;dodac tlumaczenie&lt;/div&gt;&lt;div&gt;&lt;br&gt;&lt;/div&gt;" vertex="1">
          <mxGeometry height="430" width="330" x="3110" y="910" as="geometry" />
        </mxCell>
        <mxCell id="0qluF64Sdjj_I7BYTujH-15" parent="1" style="rounded=1;whiteSpace=wrap;html=1;align=left;fillColor=#b1ddf0;strokeColor=#10739e;" value="&lt;div&gt;Aby poprawnie zamontować czujkę, w pomieszczeniu które chcesz chronić wybierz miejsce na suficie możliwie jak najbliżej środka. Czujka powinna być instalowana w pomieszczeniach zamkniętych, o normalnej wilgotności powietrza. Nie instaluj czujki na zewnątrz.&lt;/div&gt;&lt;div&gt;&lt;br&gt;&lt;/div&gt;&lt;div&gt;Zalecenia instalacyjne znajdziesz w dołączonej instrukcji&lt;/div&gt;&lt;div&gt;&lt;br&gt;&lt;/div&gt;&lt;div&gt;1. Zdejmij plastikową osłonę przeciwpyłową (nie wyrzucaj jej, może przydać się w trakcie remontu)&lt;/div&gt;&lt;div&gt;2. Zdejmij pokrywę czujki i przymocuj podstawę do sufitu przy użyciu kołków montażowych&amp;nbsp;&lt;/div&gt;&lt;div&gt;3. Zamontuj baterię w czujce i założ pokrywę. Pamietaj - nie zamontujesz czujki bez włożonej baterii cR123A&lt;/div&gt;&lt;div&gt;4. Wciśnij przycisk i sprawdź działanie czujki. Po chwili usłyszysz alarm pożarowy. Wciśnij ponownie przycisk, aby skasować alarm.&lt;/div&gt;&lt;div&gt;Uwaga: Przez 5 minut po skasowaniu alarmu pożarowego, funkcja wykrywania dymu jest zablokowana&lt;/div&gt;&lt;div&gt;&lt;br&gt;&lt;/div&gt;&lt;div&gt;Warto wiedzieć:&lt;/div&gt;&lt;div&gt;Wskaźniki LED i sygnalizator dźwiękowy sygnalizują:&lt;/div&gt;&lt;div&gt;- alarm pożarowy - świecenie i ciągły dzwięk przez 5 minut&lt;/div&gt;&lt;div&gt;- słabą baterię - 3 krótkie błyski/dźwięki co 30 sekund. Czujka powinna w takim trybie wytrzymać do 2 tygodni pracy&lt;/div&gt;&lt;div&gt;- zabrudzenie komory dymu - 2 błyski co 30 sekund, bez dźwięku&lt;/div&gt;&lt;div&gt;&lt;br&gt;&lt;/div&gt;&lt;div&gt;Aby wyczuścić komorę dymu:&lt;/div&gt;&lt;div&gt;1. Zdejmij czujkę z podstawy i wyjmiij baterię&lt;/div&gt;&lt;div&gt;2. Odłącz wtyczkę sygnalizatora, po czym odchyl blokadę i przekręć moduł elektroniki w kierunku przeciwnym od ruchu wskazówek zegara&lt;/div&gt;&lt;div&gt;3. Odchyl zaczep i zdejmij pokrywę komory dymu&lt;/div&gt;&lt;div&gt;4. Wyczyść pędzelkiem lub sprężonym powietrzem oba elementy. Zwróc uwagę na zagłębienia, w których są diody - muszą być czyste&lt;/div&gt;&lt;div&gt;5. Złóż urządzenie, włóż baterię i przetestuj działanie&lt;/div&gt;" vertex="1">
          <mxGeometry height="650" width="330" x="3570" y="910" as="geometry" />
        </mxCell>
        <mxCell id="0qluF64Sdjj_I7BYTujH-16" parent="1" style="rounded=1;whiteSpace=wrap;html=1;fillColor=#b1ddf0;strokeColor=#10739e;" value="SDA-250 -autonomiczna czujka dymu. Montaż i obsługa" vertex="1">
          <mxGeometry height="60" width="330" x="3570" y="40" as="geometry" />
        </mxCell>
        <mxCell id="0qluF64Sdjj_I7BYTujH-17" parent="1" style="rounded=1;whiteSpace=wrap;html=1;fillColor=#b1ddf0;strokeColor=#10739e;" value="&lt;div&gt;Widok na czujkę zamontowaną na a&#39;la suficie, robimy prawdziwy dym i czujka zaczyna sygnalizować alarm, po czym następuje powolne cięcie i dalsza treść&lt;/div&gt;&lt;div&gt;&lt;br&gt;&lt;/div&gt;&lt;div&gt;Witaj na kanale Satel&lt;/div&gt;&lt;div&gt;Całe szczęście w naszym studio była obecna czujka, która ostrzegła nas przed zagrożeniem pożarowym.&lt;/div&gt;&lt;div&gt;W dzisiejszym filmie, przedstawimy Wam jak poprawnie zamontować i obsługiwać autonomiczną czuję dymu w Twoim mieszkaniu.&lt;/div&gt;" vertex="1">
          <mxGeometry height="200" width="330" x="3570" y="120" as="geometry" />
        </mxCell>
        <mxCell id="0qluF64Sdjj_I7BYTujH-18" parent="1" style="rounded=1;whiteSpace=wrap;html=1;align=left;fillColor=#b1ddf0;strokeColor=#10739e;" value="Z myślą o bezpieczeństwie Satel stworzył niezawodną i łatwą w użyciu, autonomiczną czujke dymu SDA-250. Urządzenie spełnia restrykcyjne wymogi normy EN 14604 i tym samym zapewnia precyzyjny pomiar i natychmiastową reakcję na zagrożenie. Na jednej baterii może pracować nawet 10 lat, co daje Ci spokój na długie lata." vertex="1">
          <mxGeometry height="280" width="330" x="3570" y="350" as="geometry" />
        </mxCell>
        <mxCell id="0qluF64Sdjj_I7BYTujH-19" parent="1" style="rounded=1;whiteSpace=wrap;html=1;fillColor=#b1ddf0;strokeColor=#10739e;" value="Tekst Polski" vertex="1">
          <mxGeometry height="60" width="330" x="3570" y="-40" as="geometry" />
        </mxCell>
        <mxCell id="0qluF64Sdjj_I7BYTujH-20" parent="1" style="rounded=1;whiteSpace=wrap;html=1;fillColor=#bac8d3;strokeColor=#23445d;" value="Tekst Angielski" vertex="1">
          <mxGeometry height="60" width="330" x="3940" y="-40" as="geometry" />
        </mxCell>
        <mxCell id="0qluF64Sdjj_I7BYTujH-21" parent="1" style="rounded=1;whiteSpace=wrap;html=1;fillColor=#b0e3e6;strokeColor=#0e8088;" value="Scenariusz 4 - SDA-250" vertex="1">
          <mxGeometry height="60" width="700" x="3570" y="-120" as="geometry" />
        </mxCell>
        <mxCell id="0qluF64Sdjj_I7BYTujH-22" parent="1" style="rounded=1;whiteSpace=wrap;html=1;align=left;fillColor=#b1ddf0;strokeColor=#10739e;" value="&lt;div&gt;Widok na czujkę na suficie, komentarz lektora:&lt;/div&gt;&lt;div&gt;1) Czujka jest znowu gotowa do pracy&amp;nbsp;&lt;/div&gt;&lt;div&gt;2) Dzięki temu prostemu urządzeniu, wielokrotnie wzrasta szansa na wykrycie pożaru w jego wczesnej fazie.&amp;nbsp;&lt;/div&gt;&lt;div&gt;3)Jeśli materiał Ci się podobał, zostaw kciuk w górę. Masz uwagi, sugestie lub propozycje odcinka? Zostaw komentarz pod filmem. Dzięki za uwagę i do zobaczenia&lt;/div&gt;" vertex="1">
          <mxGeometry height="160" width="330" x="3570" y="1600" as="geometry" />
        </mxCell>
        <mxCell id="0qluF64Sdjj_I7BYTujH-23" parent="1" style="rounded=1;whiteSpace=wrap;html=1;fillColor=#b0e3e6;strokeColor=#0e8088;" value="Satel Fire jakaś animacja wieńcząca dzieło" vertex="1">
          <mxGeometry height="60" width="700" x="3570" y="1790" as="geometry" />
        </mxCell>
        <mxCell id="0qluF64Sdjj_I7BYTujH-24" parent="1" style="rounded=1;whiteSpace=wrap;html=1;align=left;fillColor=#bac8d3;strokeColor=#23445d;" value="&lt;div&gt;Chwilowy widok na gotową centralę, komentarz lektora:&lt;/div&gt;&lt;div&gt;1) At this moment, our detector is ready again&lt;/div&gt;&lt;div&gt;2)&amp;nbsp; Thanks to this simple device, chance of avoiding fatal damage increases expodentially&lt;/div&gt;&lt;div&gt;3) If you liked this material, leave a thumbs up. Have a suggestion, video proposition ? Leave a comment and subscribe to this channel, not to miss next episode.Stay safe and see you in the next video&lt;/div&gt;" vertex="1">
          <mxGeometry height="160" width="330" x="3940" y="1600" as="geometry" />
        </mxCell>
        <mxCell id="0qluF64Sdjj_I7BYTujH-25" parent="1" style="rounded=1;whiteSpace=wrap;html=1;fillColor=#bac8d3;strokeColor=#23445d;" value="SDA-250 - standalone smoke detector. Installation and maintance" vertex="1">
          <mxGeometry height="60" width="330" x="3940" y="40" as="geometry" />
        </mxCell>
        <mxCell id="0qluF64Sdjj_I7BYTujH-26" parent="1" style="rounded=1;whiteSpace=wrap;html=1;fillColor=#bac8d3;strokeColor=#23445d;" value="&lt;div&gt;Widok na czujkę zamontowaną na a&#39;la suficie, robimy prawdziwy dym i czujka zaczyna sygnalizować alarm, po czym następuje powolne cięcie i dalsza treść&lt;/div&gt;&lt;div&gt;&lt;br&gt;&lt;/div&gt;&lt;div&gt;Welcome to Satel channel&lt;/div&gt;&lt;div&gt;Fortuantelly, we had a detector in our studio, which had warned us about fire danger.&lt;/div&gt;&lt;div&gt;In today&#39;s video, we will show you how to properly install and use standalone smoke detector in your home&amp;nbsp;&lt;/div&gt;" vertex="1">
          <mxGeometry height="200" width="330" x="3940" y="120" as="geometry" />
        </mxCell>
        <mxCell id="0qluF64Sdjj_I7BYTujH-27" parent="1" style="rounded=1;whiteSpace=wrap;html=1;align=left;fillColor=#bac8d3;strokeColor=#23445d;" value="Having your safety in mind, Satel have designed reliable and easy to use, standalone smoke detector SA-250. The device meets strict EN 14604 norm requirements and therefore gives its user precise detection and immediate reaction to fire danger. It works up to 10 yeard on a single battery, which let&#39;s you stay safe for an extended period of time" vertex="1">
          <mxGeometry height="280" width="330" x="3940" y="350" as="geometry" />
        </mxCell>
        <mxCell id="0qluF64Sdjj_I7BYTujH-28" parent="1" style="rounded=1;whiteSpace=wrap;html=1;align=left;fillColor=#bac8d3;strokeColor=#23445d;" value="&lt;div&gt;To properly install detector, chose celing location as close as possible to the center of the room. The detector should be installed indoors, in spaces wirh normal air humidity. Do not install the detector outdoors.&lt;/div&gt;&lt;div&gt;&lt;br&gt;&lt;/div&gt;&lt;div&gt;All installation tips can be found in manual attached&lt;/div&gt;&lt;div&gt;&lt;br&gt;&lt;/div&gt;&lt;div&gt;1. Remove the plastic dust cover (do not throw it away, may be useful during renovation and dusty works)&lt;/div&gt;&lt;div&gt;2. Remove detector from base and mount the base to the ceiling using anchors or screws&lt;/div&gt;&lt;div&gt;3. Install the CR123A battery and twist detector to install it. Important: The detector can&#39;t be installed without battery&lt;/div&gt;&lt;div&gt;4. Press the test/reset button and check if the device is working. A fire alarm should be generated. Press again to clear the alarm&lt;/div&gt;&lt;div&gt;Important: The smoke detection function will be blocked for 5 minutes after the alarm is cleared.&lt;/div&gt;&lt;div&gt;&lt;br&gt;&lt;/div&gt;&lt;div&gt;Good to know:&lt;/div&gt;&lt;div&gt;LED indicator and sounder indicates:&lt;/div&gt;&lt;div&gt;- fire alarm - continous beep and LED on for 5 minutes&lt;/div&gt;&lt;div&gt;- low battery - 3 short flashes and 3 short beeps every 30 seconds&lt;/div&gt;&lt;div&gt;- dirty smoke chamber - 2 short flashes every 30 seconds, no beep&lt;/div&gt;&lt;div&gt;&lt;br&gt;&lt;/div&gt;&lt;div&gt;To clear dirty smoke chamber:&lt;/div&gt;&lt;div&gt;1. Remove cover from the base and remove the battery&lt;/div&gt;&lt;div&gt;2. Disconnect the sounder plug, then pull the release lever and turn whole electronics module counter-clockwise&lt;/div&gt;&lt;div&gt;3. Release the mounting catch and remove the smoke chamber cover&lt;/div&gt;&lt;div&gt;4. Using a soft brush or compressed air, clean the labyrinth in the cover, as well as the base of the smoke chamber. Pay attention to the recesses where LEDs are installed.&lt;br&gt;8. Put the device together, put the battery in and use test/reset button&lt;/div&gt;" vertex="1">
          <mxGeometry height="650" width="330" x="3940" y="910" as="geometry" />
        </mxCell>
-         <mxCell id="0qluF64Sdjj_I7BYTujH-29" parent="1" style="rounded=1;whiteSpace=wrap;html=1;align=left;fillColor=#b1ddf0;strokeColor=#10739e;" value="&lt;br&gt;&lt;div style=&quot;display: inline-block; font-size: 12px; font-family: Helvetica; color: light-dark(#000000, #ffffff); line-height: 1.2; pointer-events: all; white-space: normal; word-wrap: normal;&quot;&gt;Aby zapewnić dodatkową kontrolę nad systemem pożarowym proponujemy zainstalować dodatkowy moduł komunikacyjny który może zapewnić powiadomienie głosowe, sms, clip w module GSM-X, lub sms i clip w module GPRS-A.&amp;nbsp;&amp;nbsp;&lt;/div&gt;&lt;br&gt;&lt;div&gt;&lt;br&gt;&lt;/div&gt;&lt;div&gt;Sposób podłączenia:&lt;div style=&quot;forced-color-adjust: none; box-shadow: none !important;&quot;&gt;1.&lt;br/&gt; Z centrali P.Poż. wyprowadzamy przewód wielożyłowy służący do &lt;br/&gt;podłączenia wejść i wyjść pomiędzy urządzeniami, oraz przewodu &lt;br/&gt;zasilającego 230V&lt;/div&gt;&lt;div style=&quot;forced-color-adjust: none; box-shadow: none !important;&quot;&gt;2. Wprowadzamy przewód do obudowy OPU-4 lub 3P i montujemy ją przy centrali&lt;/div&gt;&lt;div style=&quot;forced-color-adjust: none; box-shadow: none !important;&quot;&gt;3. Montujemy moduł komunikacyjny GSM-X, GPRS-A&lt;/div&gt;&lt;div style=&quot;forced-color-adjust: none; box-shadow: none !important;&quot;&gt;4. W obudowie montujemy zasilacz APS-412&lt;/div&gt;&lt;div style=&quot;forced-color-adjust: none; box-shadow: none !important;&quot;&gt;5. Podłączamy kabel zasilający 230V do zasilacza APS-412 a następnie do centrali pożarowej&lt;/div&gt;&lt;div style=&quot;forced-color-adjust: none; box-shadow: none !important;&quot;&gt;6.&lt;br/&gt; Podłączamy przewód 3-żyłowy pomiędzy zasilaczem a modułem, podłączany &lt;br/&gt;przewód akumulatorowy do zasilacza a następnie do akumulatora&lt;/div&gt;&lt;div style=&quot;forced-color-adjust: none; box-shadow: none !important;&quot;&gt;7.&lt;br/&gt; Używając kabla wielożyłowego podłączamy wyjścia przekaźnikowe w &lt;br/&gt;centrali do wejść w module, oraz wyjście z modułu które będzie &lt;br/&gt;informowało o uszkodzeniu modułu do wejścia kontrolnego w centrali&lt;/div&gt;&lt;div style=&quot;forced-color-adjust: none; box-shadow: none !important;&quot;&gt;8. Konfigurujemy centralę oraz moduł&amp;nbsp;&lt;/div&gt;&lt;div style=&quot;forced-color-adjust: none; box-shadow: none !important;&quot;&gt;9. Testujemy zaprogramowaną funkcjonalność wywołując alarm, uszkodzenie na centrali oraz uszkodzenie w samym module.&lt;/div&gt;&lt;br&gt;&lt;/div&gt;" vertex="1">
+         <mxCell id="0qluF64Sdjj_I7BYTujH-29" parent="1" style="rounded=1;whiteSpace=wrap;html=1;align=left;fillColor=#b1ddf0;strokeColor=#10739e;" value="&lt;div style=&quot;display: inline-block; font-size: 12px; font-family: Helvetica; color: light-dark(#000000, #ffffff); line-height: 1.2; pointer-events: all; white-space: normal; word-wrap: normal;&quot;&gt;&amp;nbsp;&amp;nbsp;&lt;/div&gt;&lt;br&gt;&lt;div&gt;&lt;br&gt;&lt;/div&gt;&lt;div&gt;Sposób podłączenia:&lt;div style=&quot;forced-color-adjust: none; box-shadow: none !important;&quot;&gt;1.Z centrali P.Poż. wyprowadzamy przewód wielożyłowy służący do podłączenia wejść i wyjść pomiędzy urządzeniami, oraz przewodu&amp;nbsp;zasilającego 230V&lt;/div&gt;&lt;div style=&quot;forced-color-adjust: none; box-shadow: none !important;&quot;&gt;2. Wprowadzamy przewód do obudowy OPU-4 lub 3P i montujemy ją przy centrali&lt;/div&gt;&lt;div style=&quot;forced-color-adjust: none; box-shadow: none !important;&quot;&gt;3. Montujemy moduł komunikacyjny GSM-X, GPRS-A&lt;/div&gt;&lt;div style=&quot;forced-color-adjust: none; box-shadow: none !important;&quot;&gt;4. W obudowie montujemy zasilacz APS-412&lt;/div&gt;&lt;div style=&quot;forced-color-adjust: none; box-shadow: none !important;&quot;&gt;5. Podłączamy kabel zasilający 230V do zasilacza APS-412 a następnie do centrali pożarowej&lt;/div&gt;&lt;div style=&quot;forced-color-adjust: none; box-shadow: none !important;&quot;&gt;6. Podłączamy przewód 3-żyłowy pomiędzy zasilaczem a modułem, podłączany&amp;nbsp;przewód akumulatorowy do zasilacza a następnie do akumulatora&lt;/div&gt;&lt;div style=&quot;forced-color-adjust: none; box-shadow: none !important;&quot;&gt;7.Używając kabla wielożyłowego podłączamy wyjścia przekaźnikowe w centrali do wejść w module, oraz wyjście z modułu które będzie informowało o uszkodzeniu modułu do wejścia kontrolnego w centrali&lt;/div&gt;&lt;div style=&quot;forced-color-adjust: none; box-shadow: none !important;&quot;&gt;8. Konfigurujemy centralę oraz moduł&amp;nbsp;&lt;/div&gt;&lt;div style=&quot;forced-color-adjust: none; box-shadow: none !important;&quot;&gt;9. Testujemy zaprogramowaną funkcjonalność wywołując alarm, uszkodzenie na centrali oraz uszkodzenie w samym module.&lt;/div&gt;&lt;br&gt;&lt;/div&gt;" vertex="1">
          <mxGeometry height="650" width="330" x="4410" y="910" as="geometry" />
        </mxCell>
        <mxCell id="0qluF64Sdjj_I7BYTujH-30" parent="1" style="rounded=1;whiteSpace=wrap;html=1;fillColor=#b1ddf0;strokeColor=#10739e;" value="&lt;br&gt;&lt;div style=&quot;display: inline-block; font-size: 12px; font-family: Helvetica; color: light-dark(#000000, #ffffff); line-height: 1.2; pointer-events: all; white-space: normal; word-wrap: normal;&quot;&gt;GSM-X, GPRS-A - podłączenie modułów do centrali ACSP-402, montaż i konfiguracja&lt;/div&gt;&lt;div&gt;&lt;br/&gt;&lt;/div&gt;" vertex="1">
          <mxGeometry height="60" width="330" x="4410" y="40" as="geometry" />
        </mxCell>
        <mxCell id="0qluF64Sdjj_I7BYTujH-31" parent="1" style="rounded=1;whiteSpace=wrap;html=1;fillColor=#b1ddf0;strokeColor=#10739e;" value="&lt;div&gt;Widok na moduły:&amp;nbsp;&lt;/div&gt;&lt;div&gt;&lt;br&gt;&lt;/div&gt;&lt;div style=&quot;display: inline-block; font-size: 12px; font-family: Helvetica; color: light-dark(#000000, #ffffff); line-height: 1.2; pointer-events: all; white-space: normal; word-wrap: normal;&quot;&gt;&lt;br&gt;&lt;/div&gt;&lt;div style=&quot;display: inline-block; font-size: 12px; font-family: Helvetica; color: light-dark(#000000, #ffffff); line-height: 1.2; pointer-events: all; white-space: normal; word-wrap: normal;&quot;&gt;&lt;br&gt;&lt;/div&gt;&lt;div style=&quot;display: inline-block; font-size: 12px; font-family: Helvetica; color: light-dark(#000000, #ffffff); line-height: 1.2; pointer-events: all; white-space: normal; word-wrap: normal;&quot;&gt;&lt;br&gt;&lt;/div&gt;&lt;div style=&quot;display: inline-block; font-size: 12px; font-family: Helvetica; color: light-dark(#000000, #ffffff); line-height: 1.2; pointer-events: all; white-space: normal; word-wrap: normal;&quot;&gt;&lt;br&gt;&lt;/div&gt;&lt;div style=&quot;display: inline-block; font-size: 12px; font-family: Helvetica; color: light-dark(#000000, #ffffff); line-height: 1.2; pointer-events: all; white-space: normal; word-wrap: normal;&quot;&gt;&lt;br&gt;&lt;/div&gt;&lt;div style=&quot;display: inline-block; font-size: 12px; font-family: Helvetica; color: light-dark(#000000, #ffffff); line-height: 1.2; pointer-events: all; white-space: normal; word-wrap: normal;&quot;&gt;&lt;br&gt;&lt;/div&gt;&lt;div style=&quot;display: inline-block; font-size: 12px; font-family: Helvetica; color: light-dark(#000000, #ffffff); line-height: 1.2; pointer-events: all; white-space: normal; word-wrap: normal;&quot;&gt;&lt;br&gt;&lt;/div&gt;&lt;div style=&quot;display: inline-block; font-size: 12px; font-family: Helvetica; color: light-dark(#000000, #ffffff); line-height: 1.2; pointer-events: all; white-space: normal; word-wrap: normal;&quot;&gt;Witaj na kanale Satel&lt;/div&gt;&lt;div&gt;Dziś przedstawimy&amp;nbsp;sposób podłączenia modułów GSM i GPRS do centrali pożarowej ACSP-402. Wyjaśnimy też różnice pomiędzy pracą z modułami i centralą&lt;/div&gt;" vertex="1">
          <mxGeometry height="200" width="330" x="4410" y="120" as="geometry" />
        </mxCell>
-         <mxCell id="0qluF64Sdjj_I7BYTujH-32" parent="1" style="rounded=1;whiteSpace=wrap;html=1;align=left;fillColor=#b1ddf0;strokeColor=#10739e;" value="Moduł GSM-X oraz GRPS-A to uniwersalne moduły komunikacyjne.Wykorzystamy je dzisiaj do przesłania informacji o alarmie pożarowym i uszkodzeń na nasz telefon&amp;nbsp;" vertex="1">
+         <mxCell id="0qluF64Sdjj_I7BYTujH-32" parent="1" style="rounded=1;whiteSpace=wrap;html=1;align=left;fillColor=#b1ddf0;strokeColor=#10739e;" value="&lt;div&gt;Moduł GSM-X oraz GRPS-A to uniwersalne moduły komunikacyjne.Wykorzystamy je dzisiaj do przesłania informacji o alarmie pożarowym i uszkodzeniach na nasz telefon&lt;div style=&quot;display: inline-block; font-size: 12px; font-family: Helvetica; color: light-dark(#000000, #ffffff); line-height: 1.2; pointer-events: all; white-space: normal; word-wrap: normal;&quot;&gt;aby zapewnić dodatkową kontrolę nad systemem pożarowym, poprzez powiadomienie głosowe, sms, clip w module GSM-X, lub sms i clip w module GPRS-A.&lt;/div&gt;&lt;/div&gt;" vertex="1">
          <mxGeometry height="280" width="330" x="4410" y="350" as="geometry" />
        </mxCell>
        <mxCell id="0qluF64Sdjj_I7BYTujH-33" parent="1" style="rounded=1;whiteSpace=wrap;html=1;fillColor=#b1ddf0;strokeColor=#10739e;" value="Tekst Polski" vertex="1">
          <mxGeometry height="60" width="330" x="4410" y="-40" as="geometry" />
        </mxCell>
        <mxCell id="0qluF64Sdjj_I7BYTujH-34" parent="1" style="rounded=1;whiteSpace=wrap;html=1;fillColor=#bac8d3;strokeColor=#23445d;" value="Tekst Angielski" vertex="1">
          <mxGeometry height="60" width="330" x="4780" y="-40" as="geometry" />
        </mxCell>
        <mxCell id="0qluF64Sdjj_I7BYTujH-35" parent="1" style="rounded=1;whiteSpace=wrap;html=1;fillColor=#b0e3e6;strokeColor=#0e8088;" value="Scenariusz 5 - GSM-X i ACSP-402" vertex="1">
          <mxGeometry height="60" width="700" x="4410" y="-120" as="geometry" />
        </mxCell>
        <mxCell id="0qluF64Sdjj_I7BYTujH-36" parent="1" style="rounded=1;whiteSpace=wrap;html=1;align=left;fillColor=#b1ddf0;strokeColor=#10739e;" value="&lt;div&gt;Widok na centralę i moduł na ścianie, komentarz lektora:&lt;/div&gt;&lt;div&gt;1) Nasz moduł został poprawnie podłączony i skonfigurowany&lt;/div&gt;&lt;div&gt;2) Mamy teraz możliwość uzyskania natychmiastowej informacji o alarmach i uszkodzeniach na zabezpieczonym obiekcie&amp;nbsp;&lt;/div&gt;&lt;div&gt;3)Jeśli materiał Ci się podobał, zostaw kciuk w górę. Masz uwagi, sugestie lub propozycje odcinka? Zostaw komentarz pod filmem. Dzięki za uwagę i do zobaczenia&lt;/div&gt;" vertex="1">
          <mxGeometry height="160" width="330" x="4410" y="1600" as="geometry" />
        </mxCell>
        <mxCell id="0qluF64Sdjj_I7BYTujH-37" parent="1" style="rounded=1;whiteSpace=wrap;html=1;fillColor=#b0e3e6;strokeColor=#0e8088;" value="Satel Fire jakaś animacja wieńcząca dzieło" vertex="1">
          <mxGeometry height="60" width="700" x="4410" y="1790" as="geometry" />
        </mxCell>
        <mxCell id="0qluF64Sdjj_I7BYTujH-38" parent="1" style="rounded=1;whiteSpace=wrap;html=1;align=left;fillColor=#bac8d3;strokeColor=#23445d;" value="&lt;div&gt;Widok na centralę i moduł na ścianie, komentarz lektora:&lt;/div&gt;&lt;div&gt;1) Our module is now properly connected and configured&lt;/div&gt;&lt;div&gt;2) From now on, we are able to immediately recieve information about alarms and fault on supervised property&lt;/div&gt;&lt;div&gt;3) If you liked this material, leave a thumbs up. Have a suggestion, video proposition ? Leave a comment and subscribe to this channel, not to miss next episode.Stay safe and see you in the next video&lt;/div&gt;" vertex="1">
          <mxGeometry height="160" width="330" x="4780" y="1600" as="geometry" />
        </mxCell>
        <mxCell id="0qluF64Sdjj_I7BYTujH-39" parent="1" style="rounded=1;whiteSpace=wrap;html=1;fillColor=#bac8d3;strokeColor=#23445d;" value="&lt;br&gt;&lt;div style=&quot;display: inline-block; font-size: 12px; font-family: Helvetica; color: light-dark(#000000, #ffffff); line-height: 1.2; pointer-events: all; white-space: normal; word-wrap: normal;&quot;&gt;GSM-X, GPRS-A - connecting module to control panel ACSP-402, installation and configuration&lt;/div&gt;&lt;div&gt;&lt;br/&gt;&lt;/div&gt;" vertex="1">
          <mxGeometry height="60" width="330" x="4780" y="40" as="geometry" />
        </mxCell>
        <mxCell id="0qluF64Sdjj_I7BYTujH-40" parent="1" style="rounded=1;whiteSpace=wrap;html=1;fillColor=#bac8d3;strokeColor=#23445d;" value="" vertex="1">
          <mxGeometry height="200" width="330" x="4780" y="120" as="geometry" />
        </mxCell>
        <mxCell id="0qluF64Sdjj_I7BYTujH-41" parent="1" style="rounded=1;whiteSpace=wrap;html=1;align=left;fillColor=#bac8d3;strokeColor=#23445d;" value="" vertex="1">
          <mxGeometry height="280" width="330" x="4780" y="350" as="geometry" />
        </mxCell>
        <mxCell id="0qluF64Sdjj_I7BYTujH-42" parent="1" style="rounded=1;whiteSpace=wrap;html=1;align=left;fillColor=#bac8d3;strokeColor=#23445d;" value="" vertex="1">
          <mxGeometry height="650" width="330" x="4780" y="910" as="geometry" />
        </mxCell>
      </root>
    </mxGraphModel>
  </diagram>
</mxfile>
